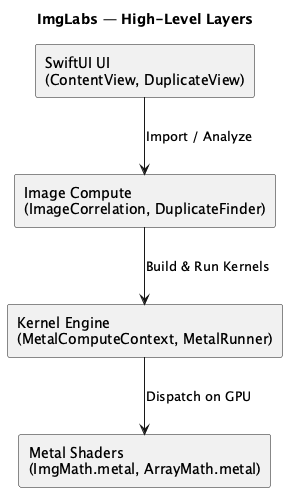
davislenover/ImgLabs keeps this PlantUML diagram as ImgLabs/Diagrams/Architecture/layers.png. Above is the earlier version.
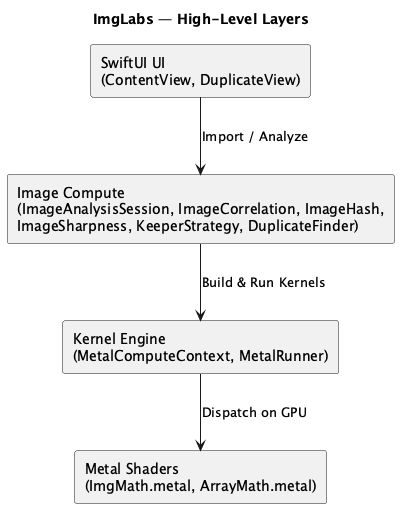
Above is the later version.

What changed in the source:
```diff
@@ -7,7 +7,7 @@
 skinparam shadowing false
 
 component "SwiftUI UI\n(ContentView, DuplicateView)" as UI
-component "Image Compute\n(ImageCorrelation, DuplicateFinder)" as Compute
+component "Image Compute\n(ImageAnalysisSession, ImageCorrelation, ImageHash,\nImageSharpness, KeeperStrategy, DuplicateFinder)" as Compute
 component "Kernel Engine\n(MetalComputeContext, MetalRunner)" as Engine
 component "Metal Shaders\n(ImgMath.metal, ArrayMath.metal)" as Shaders
 
```
